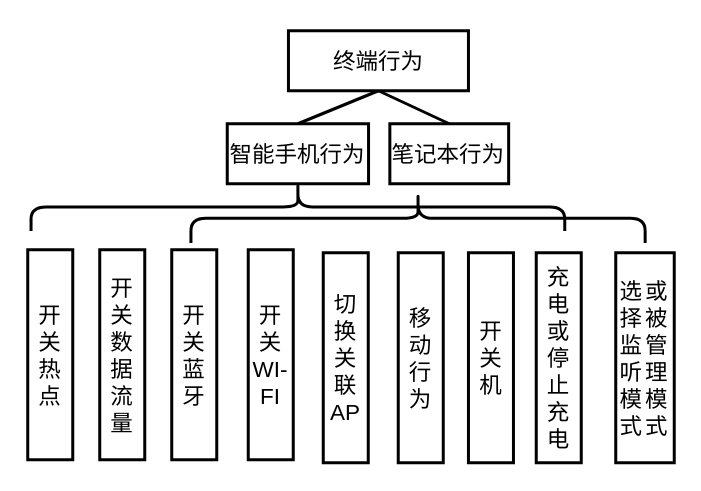
Earlier version of the draw.io diagram page "终端行为列举" (2 of 6) of 移动互联网场景图.drawio (Icarus1994/neutron_conf). Source tidied: cells renumbered, new cells numbered last; positions are measured from the earlier drawing's top-left corner, leaving out a move shared by most shapes. Both pictures are drawn from the tidied source at 150%, with x=0, y=0 at pixel (27, -62).
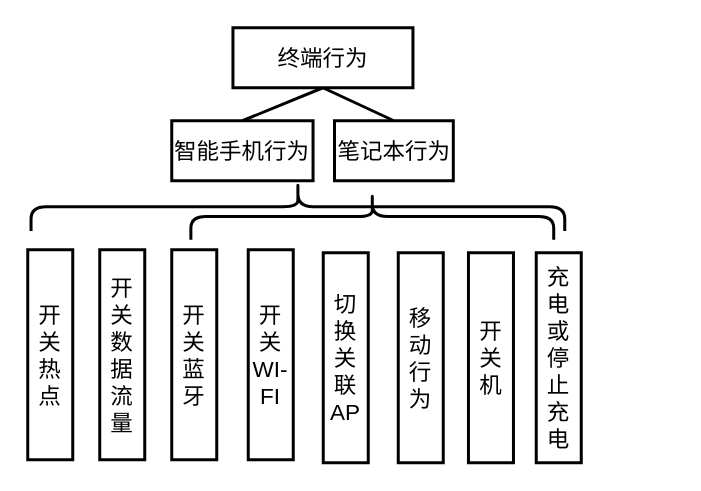
The same diagram, later.

Change to the diagram source:
```diff
@@
 <mxGraphModel>
   <root>
     <mxCell id="0" />
     <mxCell id="1" parent="0" />
     <mxCell id="2" style="rounded=0;jettySize=auto;html=1;exitX=0.5;exitY=1;exitDx=0;exitDy=0;entryX=0.5;entryY=0;entryDx=0;entryDy=0;endArrow=none;endFill=0;strokeColor=#000000;strokeWidth=2;fillColor=#FFFF00;fontSize=15;" parent="1" edge="1" source="4" target="14">
       <mxGeometry relative="1" as="geometry" />
     </mxCell>
     <mxCell id="3" style="edgeStyle=none;rounded=0;jettySize=auto;html=1;exitX=0.5;exitY=1;exitDx=0;exitDy=0;entryX=0.5;entryY=0;entryDx=0;entryDy=0;endArrow=none;endFill=0;strokeColor=#000000;strokeWidth=2;fillColor=#FFFF00;fontSize=15;" parent="1" edge="1" source="4" target="15">
       <mxGeometry relative="1" as="geometry" />
     </mxCell>
     <mxCell id="4" value="&lt;font style=&quot;font-size: 15px&quot;&gt;终端行为&lt;/font&gt;" style="rounded=0;whiteSpace=wrap;html=1;strokeWidth=2;fontSize=15;" parent="1" vertex="1">
-      <mxGeometry x="173.8" y="61" width="120" height="40" as="geometry" />
+      <mxGeometry x="136.8" y="59" width="120" height="40" as="geometry" />
     </mxCell>
     <mxCell id="5" value="&lt;font style=&quot;font-size: 15px&quot;&gt;移动行为&lt;/font&gt;" style="rounded=0;whiteSpace=wrap;html=1;strokeWidth=2;fillColor=none;" parent="1" vertex="1">
       <mxGeometry x="247" y="209" width="30" height="140" as="geometry" />
     </mxCell>
     <mxCell id="6" value="&lt;font style=&quot;font-size: 15px&quot;&gt;开关蓝牙&lt;/font&gt;" style="rounded=0;whiteSpace=wrap;html=1;strokeWidth=2;fillColor=none;" parent="1" vertex="1">
       <mxGeometry x="96" y="207" width="30" height="140" as="geometry" />
     </mxCell>
-    <mxCell id="7" style="rounded=0;whiteSpace=wrap;html=1;strokeWidth=2;" parent="1" vertex="1">
-      <mxGeometry x="392" y="209" width="39" height="140" as="geometry" />
-    </mxCell>
     <mxCell id="8" value="&lt;font style=&quot;font-size: 15px&quot;&gt;开关WI-&lt;br&gt;FI&lt;/font&gt;" style="rounded=0;whiteSpace=wrap;html=1;strokeWidth=2;fillColor=none;strokeColor=#000000;" parent="1" vertex="1">
       <mxGeometry x="147" y="207" width="30" height="140" as="geometry" />
     </mxCell>
     <mxCell id="9" value="&lt;span style=&quot;font-size: 15px&quot;&gt;开关数据流量&lt;/span&gt;" style="rounded=0;whiteSpace=wrap;html=1;strokeWidth=2;fillColor=none;" parent="1" vertex="1">
       <mxGeometry x="48" y="207" width="30" height="140" as="geometry" />
     </mxCell>
     <mxCell id="10" value="&lt;font style=&quot;font-size: 15px&quot;&gt;开关热点&lt;/font&gt;" style="rounded=0;whiteSpace=wrap;html=1;strokeWidth=2;fillColor=none;strokeColor=#000000;" parent="1" vertex="1">
       <mxGeometry y="207" width="30" height="140" as="geometry" />
     </mxCell>
     <mxCell id="11" value="&lt;span style=&quot;font-size: 15px&quot;&gt;切换关联AP&lt;/span&gt;" style="rounded=0;whiteSpace=wrap;html=1;strokeWidth=2;fillColor=none;" parent="1" vertex="1">
       <mxGeometry x="197" y="209" width="30" height="140" as="geometry" />
     </mxCell>
     <mxCell id="12" value="&lt;span style=&quot;font-size: 15px&quot;&gt;充电&lt;br&gt;或停止充电&lt;/span&gt;" style="rounded=0;whiteSpace=wrap;html=1;strokeWidth=2;" parent="1" vertex="1">
       <mxGeometry x="339" y="209" width="30" height="140" as="geometry" />
     </mxCell>
     <mxCell id="13" value="&lt;span style=&quot;font-size: 15px&quot;&gt;开关机&lt;/span&gt;" style="rounded=0;whiteSpace=wrap;html=1;strokeWidth=2;" parent="1" vertex="1">
       <mxGeometry x="293.8" y="209" width="30" height="140" as="geometry" />
     </mxCell>
     <mxCell id="14" value="智能手机行为" style="rounded=0;whiteSpace=wrap;html=1;strokeWidth=2;fontSize=15;" parent="1" vertex="1">
-      <mxGeometry x="133" y="123" width="94.2" height="40" as="geometry" />
+      <mxGeometry x="96" y="121" width="94.2" height="40" as="geometry" />
     </mxCell>
     <mxCell id="15" value="笔记本行为" style="rounded=0;whiteSpace=wrap;html=1;strokeWidth=2;fontSize=15;" parent="1" vertex="1">
-      <mxGeometry x="241.4" y="123" width="79.2" height="40" as="geometry" />
+      <mxGeometry x="204.5" y="121" width="79.2" height="40" as="geometry" />
     </mxCell>
     <mxCell id="16" style="shape=curlyBracket;whiteSpace=wrap;html=1;rounded=1;strokeColor=#000000;strokeWidth=2;fillColor=#7AF200;fontSize=15;rotation=90;size=0.5144287396937565;" parent="1" vertex="1">
-      <mxGeometry x="163.6" y="0.1" width="33" height="355.8" as="geometry" />
+      <mxGeometry x="163.4" y="-0.1" width="33.4" height="355.8" as="geometry" />
     </mxCell>
     <mxCell id="17" style="shape=curlyBracket;whiteSpace=wrap;html=1;rounded=1;strokeColor=#000000;strokeWidth=2;fillColor=#7AF200;fontSize=15;rotation=90;size=0.5144287396937565;" parent="1" vertex="1">
-      <mxGeometry x="243.2" y="34.1" width="34" height="302.8" as="geometry" />
+      <mxGeometry x="213.8" y="63.5" width="31.8" height="241.9" as="geometry" />
     </mxCell>
-    <mxCell id="18" value="&lt;span style=&quot;font-size: 15px&quot;&gt;选&lt;br&gt;择&lt;br&gt;监&lt;br&gt;听&lt;br&gt;模&lt;br&gt;式&lt;br&gt;&lt;br&gt;&lt;/span&gt;" style="text;html=1;align=center;verticalAlign=middle;" parent="1" vertex="1">
-      <mxGeometry x="389" y="233.5" width="25" height="109" as="geometry" />
-    </mxCell>
-    <mxCell id="19" value="&lt;span style=&quot;font-size: 15px&quot;&gt;或&lt;br&gt;被&lt;br&gt;管&lt;br&gt;理&lt;br&gt;模&lt;br&gt;式&lt;br&gt;&lt;/span&gt;" style="text;html=1;align=center;verticalAlign=middle;" parent="1" vertex="1">
-      <mxGeometry x="406" y="232" width="25" height="94" as="geometry" />
-    </mxCell>
   </root>
 </mxGraphModel>
```
